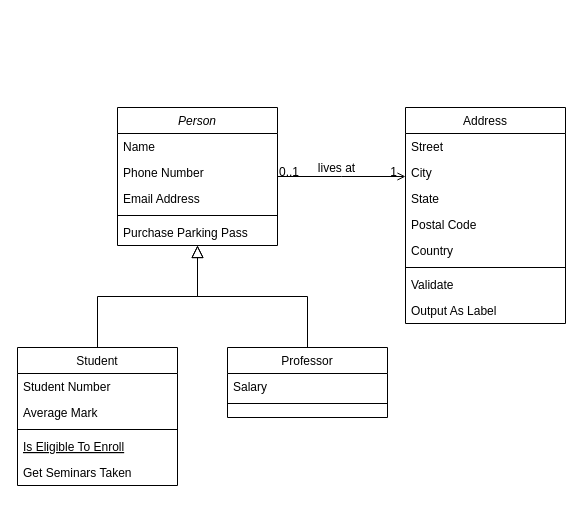
franklam2008/pythonTest keeps this draw.io diagram as Untitled Diagram.drawio. Above is the earlier version. Source tidied: cells renumbered, new cells numbered last; positions are measured from the earlier drawing's top-left corner, leaving out a move shared by most shapes. Both pictures are drawn from the tidied source at 100%, with x=0, y=0 at pixel (17, 107).
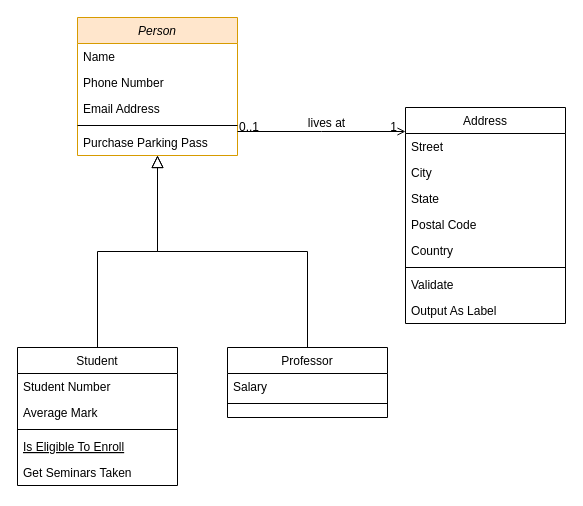
After the change.

Diff of the diagram source:
```diff
@@
-    <mxCell id="2" value="Person" style="swimlane;fontStyle=2;align=center;verticalAlign=top;horizontal=1;startSize=26;rounded=0;shadow=0;strokeWidth=1;" parent="1" vertex="1">
-      <mxGeometry x="100" width="160" height="138" as="geometry" />
+    <mxCell id="2" value="Person" style="swimlane;fontStyle=2;align=center;verticalAlign=top;horizontal=1;startSize=26;rounded=0;shadow=0;strokeWidth=1;fillColor=#ffe6cc;strokeColor=#d79b00;" parent="1" vertex="1">
+      <mxGeometry x="60" y="-90" width="160" height="138" as="geometry" />
     </mxCell>
```
